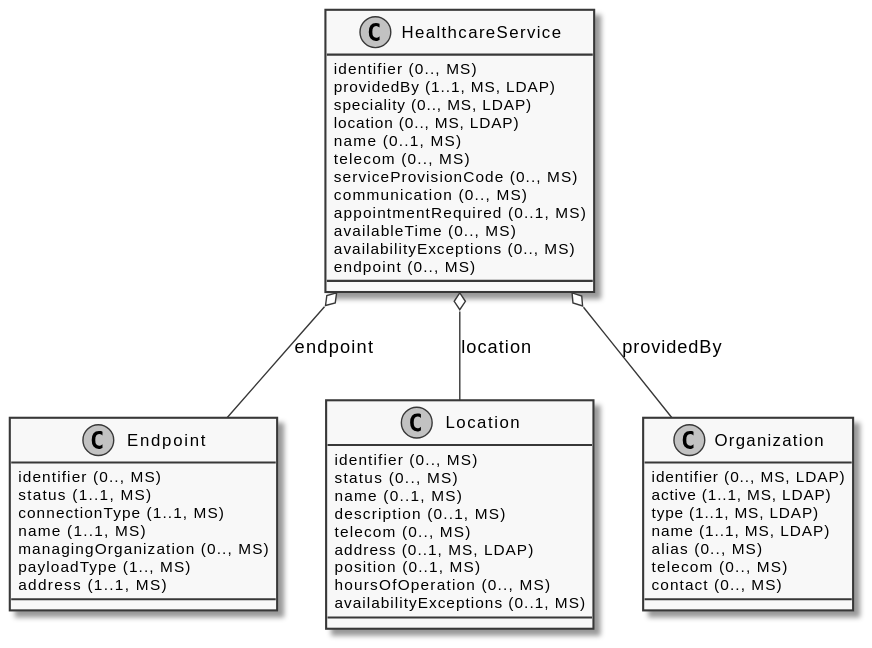
The PlantUML diagram images/diagrams/ClassDiagram.HealthcareService.svg in gematik/api-vzd, before a commit.
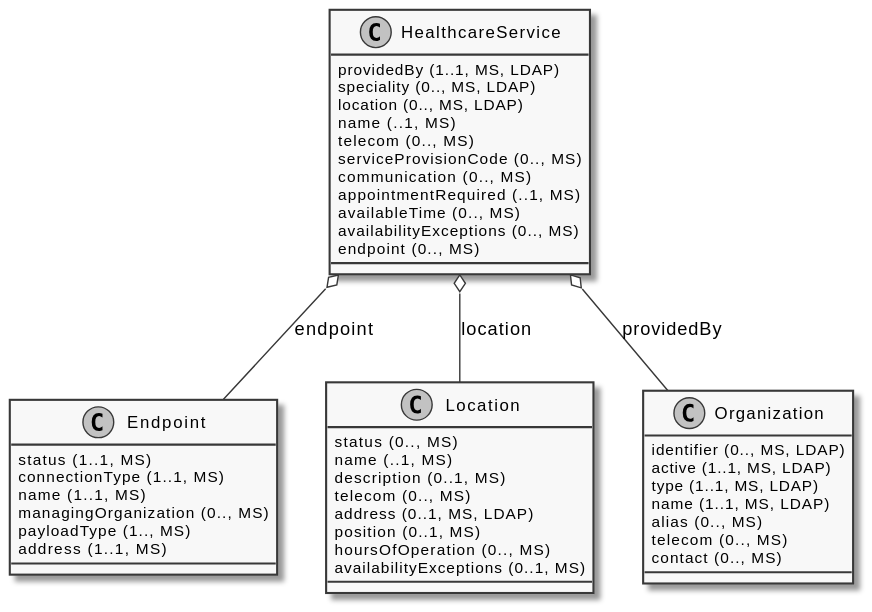
The same diagram one commit later.

Diff of the diagram source:
```diff
@@ -1,21 +1,19 @@
 @startuml ClassDiagram.HealthcareService
 skinparam monochrome true
 class HealthcareService {
-  {field} identifier (0.., MS)
   {field} providedBy (1..1, MS, LDAP)
   {field} speciality (0.., MS, LDAP)
   {field} location (0.., MS, LDAP)
-  {field} name (0..1, MS)
+  {field} name (..1, MS)
   {field} telecom (0.., MS)
   {field} serviceProvisionCode (0.., MS)
   {field} communication (0.., MS)
-  {field} appointmentRequired (0..1, MS)
+  {field} appointmentRequired (..1, MS)
   {field} availableTime (0.., MS)
   {field} availabilityExceptions (0.., MS)
   {field} endpoint (0.., MS)
 }
 class Endpoint {
-  {field} identifier (0.., MS)
   {field} status (1..1, MS)
   {field} connectionType (1..1, MS)
   {field} name (1..1, MS)
@@ -24,9 +22,8 @@
   {field} address (1..1, MS)
 }
 class Location {
-  {field} identifier (0.., MS)
   {field} status (0.., MS)
-  {field} name (0..1, MS)
+  {field} name (..1, MS)
   {field} description (0..1, MS)
   {field} telecom (0.., MS)
   {field} address (0..1, MS, LDAP)
```
